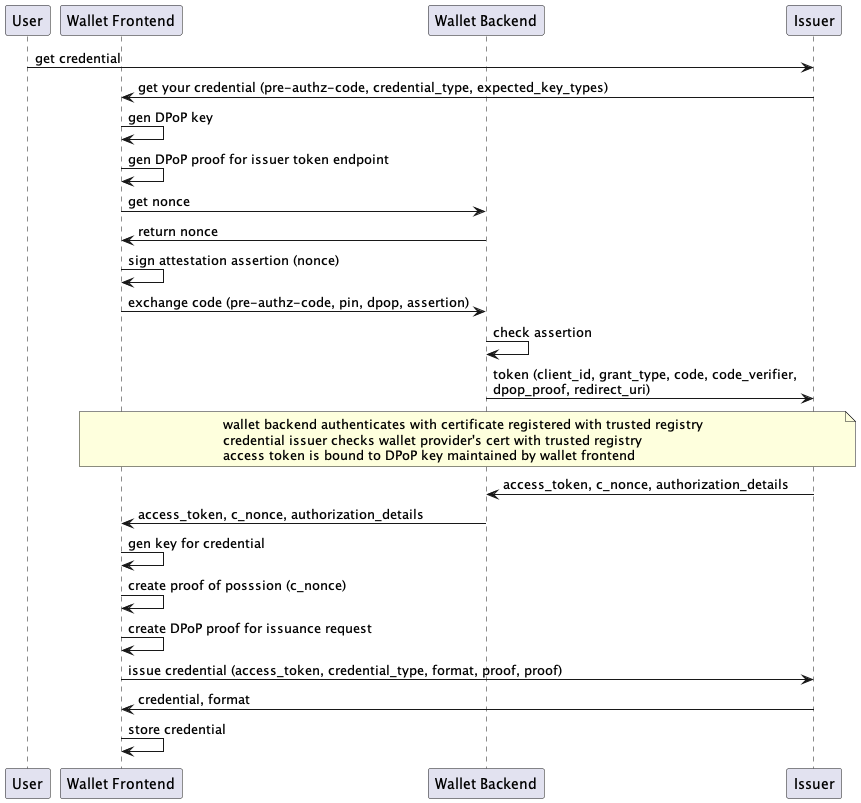
Before: diagrams/attestation_native_app_issuer_initiated_bff.png, a diagram exported from PlantUML (openid/OpenID4VCI).
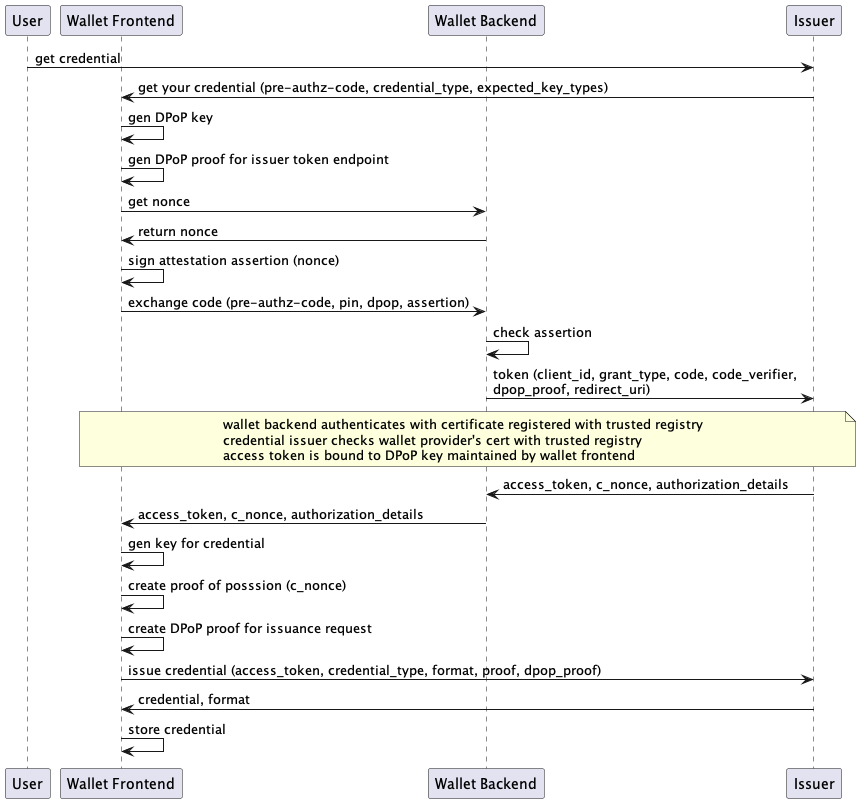
After the commit.

Commit message:
added PAR and DPoP/mTLS to all options

The edit, as a diff of the source:
```diff
@@ -28,7 +28,7 @@
 
 w  -> w : create DPoP proof for issuance request
 
-w -> i : issue credential (access_token, credential_type, format, proof, proof)
+w -> i : issue credential (access_token, credential_type, format, proof, dpop_proof)
 
 i -> w : credential, format
 
```
